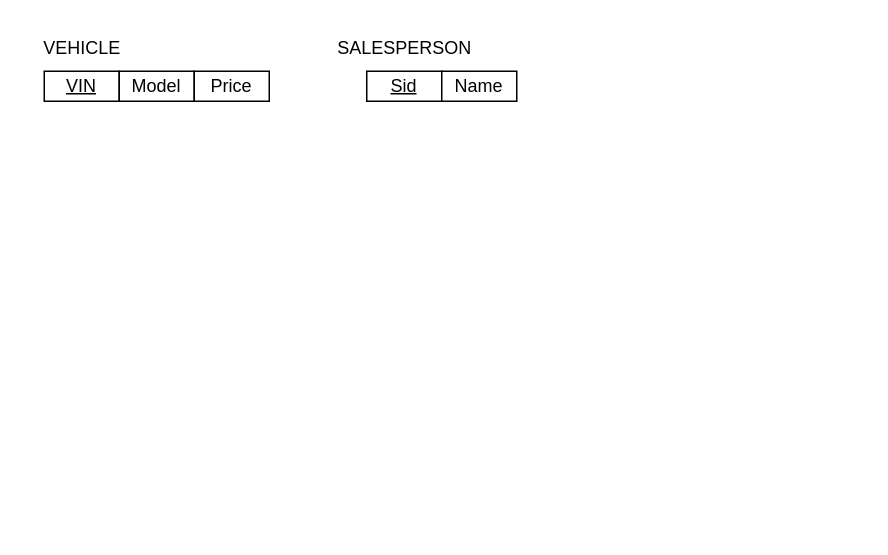
Before: assignment3/Question2.drawio in shivamdesai04/ENSF300, a draw.io diagram. Source tidied: cells renumbered, new cells numbered last; positions are measured from the earlier drawing's top-left corner, leaving out a move shared by most shapes. Both pictures are drawn from the tidied source at 150%, with x=0, y=0 at pixel (28, 26).
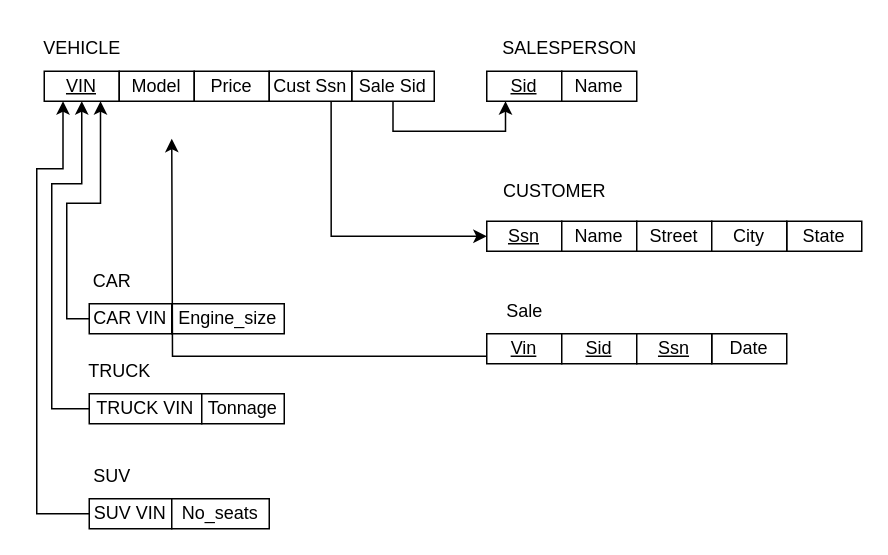
The same page after the edit.

The change refers to these unchanged cells:
```xml
<mxCell id="3" value="&lt;u&gt;VIN&lt;/u&gt;" style="whiteSpace=wrap;html=1;" parent="1" vertex="1">
  <mxGeometry x="10" y="30" width="50" height="20" as="geometry" />
</mxCell>
```

What changed in the source:
```diff
@@
     <mxCell id="6" value="&lt;u&gt;Sid&lt;/u&gt;" style="whiteSpace=wrap;html=1;" parent="1" vertex="1">
-      <mxGeometry x="225" y="30" width="50" height="20" as="geometry" />
+      <mxGeometry x="305" y="30" width="50" height="20" as="geometry" />
     </mxCell>
     <mxCell id="7" value="SALESPERSON" style="text;html=1;align=center;verticalAlign=middle;strokeColor=none;fillColor=none;" parent="1" vertex="1">
-      <mxGeometry x="195" width="110" height="30" as="geometry" />
+      <mxGeometry x="305" width="110" height="30" as="geometry" />
     </mxCell>
     <mxCell id="8" value="Name" style="whiteSpace=wrap;html=1;" parent="1" vertex="1">
-      <mxGeometry x="275" y="30" width="50" height="20" as="geometry" />
+      <mxGeometry x="355" y="30" width="50" height="20" as="geometry" />
     </mxCell>
+    <mxCell id="9" style="edgeStyle=orthogonalEdgeStyle;rounded=0;jettySize=auto;html=1;exitX=0.5;exitY=1;exitDx=0;exitDy=0;entryX=0.25;entryY=1;entryDx=0;entryDy=0;" parent="1" edge="1" source="10" target="6">
+      <mxGeometry relative="1" as="geometry" />
+    </mxCell>
+    <mxCell id="10" value="Sale Sid" style="whiteSpace=wrap;html=1;" parent="1" vertex="1">
+      <mxGeometry x="215" y="30" width="55" height="20" as="geometry" />
+    </mxCell>
+    <mxCell id="11" value="CAR" style="text;html=1;align=center;verticalAlign=middle;strokeColor=none;fillColor=none;" parent="1" vertex="1">
+      <mxGeometry x="30" y="155" width="50" height="30" as="geometry" />
+    </mxCell>
+    <mxCell id="12" value="TRUCK" style="text;html=1;align=center;verticalAlign=middle;strokeColor=none;fillColor=none;" parent="1" vertex="1">
+      <mxGeometry x="30" y="215" width="60" height="30" as="geometry" />
+    </mxCell>
+    <mxCell id="13" style="edgeStyle=orthogonalEdgeStyle;rounded=0;jettySize=auto;html=1;exitX=0;exitY=0.5;exitDx=0;exitDy=0;entryX=0.75;entryY=1;entryDx=0;entryDy=0;" parent="1" edge="1" source="14" target="3">
+      <mxGeometry relative="1" as="geometry">
+        <Array as="points">
+          <mxPoint x="25" y="195" />
+          <mxPoint x="25" y="118" />
+          <mxPoint x="48" y="118" />
+        </Array>
+      </mxGeometry>
+    </mxCell>
+    <mxCell id="14" value="CAR VIN" style="whiteSpace=wrap;html=1;" parent="1" vertex="1">
+      <mxGeometry x="40" y="185" width="55" height="20" as="geometry" />
+    </mxCell>
+    <mxCell id="15" value="Engine_size" style="whiteSpace=wrap;html=1;" parent="1" vertex="1">
+      <mxGeometry x="95" y="185" width="75" height="20" as="geometry" />
+    </mxCell>
+    <mxCell id="16" style="edgeStyle=orthogonalEdgeStyle;rounded=0;jettySize=auto;html=1;exitX=0;exitY=0.5;exitDx=0;exitDy=0;entryX=0.5;entryY=1;entryDx=0;entryDy=0;" parent="1" edge="1" source="17" target="3">
+      <mxGeometry relative="1" as="geometry">
+        <Array as="points">
+          <mxPoint x="15" y="255" />
+          <mxPoint x="15" y="105" />
+          <mxPoint x="35" y="105" />
+        </Array>
+      </mxGeometry>
+    </mxCell>
+    <mxCell id="17" value="TRUCK VIN" style="whiteSpace=wrap;html=1;" parent="1" vertex="1">
+      <mxGeometry x="40" y="245" width="75" height="20" as="geometry" />
+    </mxCell>
+    <mxCell id="18" value="Tonnage" style="whiteSpace=wrap;html=1;" parent="1" vertex="1">
+      <mxGeometry x="115" y="245" width="55" height="20" as="geometry" />
+    </mxCell>
+    <mxCell id="19" style="edgeStyle=orthogonalEdgeStyle;rounded=0;jettySize=auto;html=1;exitX=0;exitY=0.5;exitDx=0;exitDy=0;entryX=0.25;entryY=1;entryDx=0;entryDy=0;" parent="1" edge="1" source="20" target="3">
+      <mxGeometry relative="1" as="geometry">
+        <Array as="points">
+          <mxPoint x="5" y="325" />
+          <mxPoint x="5" y="95" />
+          <mxPoint x="22" y="95" />
+        </Array>
+      </mxGeometry>
+    </mxCell>
+    <mxCell id="20" value="SUV VIN" style="whiteSpace=wrap;html=1;" parent="1" vertex="1">
+      <mxGeometry x="40" y="315" width="55" height="20" as="geometry" />
+    </mxCell>
+    <mxCell id="21" value="No_seats" style="whiteSpace=wrap;html=1;" parent="1" vertex="1">
+      <mxGeometry x="95" y="315" width="65" height="20" as="geometry" />
+    </mxCell>
+    <mxCell id="22" value="SUV" style="text;html=1;align=center;verticalAlign=middle;strokeColor=none;fillColor=none;" parent="1" vertex="1">
+      <mxGeometry x="30" y="285" width="50" height="30" as="geometry" />
+    </mxCell>
+    <mxCell id="23" value="Date" style="whiteSpace=wrap;html=1;" parent="1" vertex="1">
+      <mxGeometry x="455" y="205" width="50" height="20" as="geometry" />
+    </mxCell>
+    <mxCell id="24" value="CUSTOMER" style="text;html=1;align=center;verticalAlign=middle;strokeColor=none;fillColor=none;" parent="1" vertex="1">
+      <mxGeometry x="305" y="95" width="90" height="30" as="geometry" />
+    </mxCell>
+    <mxCell id="25" value="&lt;u&gt;Ssn&lt;/u&gt;" style="whiteSpace=wrap;html=1;" parent="1" vertex="1">
+      <mxGeometry x="305" y="130" width="50" height="20" as="geometry" />
+    </mxCell>
+    <mxCell id="26" value="Name" style="whiteSpace=wrap;html=1;" parent="1" vertex="1">
+      <mxGeometry x="355" y="130" width="50" height="20" as="geometry" />
+    </mxCell>
+    <mxCell id="27" value="State" style="whiteSpace=wrap;html=1;" parent="1" vertex="1">
+      <mxGeometry x="505" y="130" width="50" height="20" as="geometry" />
+    </mxCell>
+    <mxCell id="28" value="Street" style="whiteSpace=wrap;html=1;" parent="1" vertex="1">
+      <mxGeometry x="405" y="130" width="50" height="20" as="geometry" />
+    </mxCell>
+    <mxCell id="29" value="City" style="whiteSpace=wrap;html=1;" parent="1" vertex="1">
+      <mxGeometry x="455" y="130" width="50" height="20" as="geometry" />
+    </mxCell>
+    <mxCell id="30" value="Sale" style="text;html=1;align=center;verticalAlign=middle;strokeColor=none;fillColor=none;" parent="1" vertex="1">
+      <mxGeometry x="305" y="175" width="50" height="30" as="geometry" />
+    </mxCell>
+    <mxCell id="31" style="edgeStyle=orthogonalEdgeStyle;rounded=0;jettySize=auto;html=1;exitX=0;exitY=0.75;exitDx=0;exitDy=0;" parent="1" edge="1" source="32">
+      <mxGeometry relative="1" as="geometry">
+        <mxPoint x="95" y="75" as="targetPoint" />
+      </mxGeometry>
+    </mxCell>
+    <mxCell id="32" value="&lt;u&gt;Vin&lt;/u&gt;" style="whiteSpace=wrap;html=1;" parent="1" vertex="1">
+      <mxGeometry x="305" y="205" width="50" height="20" as="geometry" />
+    </mxCell>
+    <mxCell id="33" value="&lt;u&gt;Sid&lt;/u&gt;" style="whiteSpace=wrap;html=1;" parent="1" vertex="1">
+      <mxGeometry x="355" y="205" width="50" height="20" as="geometry" />
+    </mxCell>
+    <mxCell id="34" value="&lt;u&gt;Ssn&lt;/u&gt;" style="whiteSpace=wrap;html=1;" parent="1" vertex="1">
+      <mxGeometry x="405" y="205" width="50" height="20" as="geometry" />
+    </mxCell>
+    <mxCell id="35" style="edgeStyle=orthogonalEdgeStyle;rounded=0;jettySize=auto;html=1;exitX=0.75;exitY=1;exitDx=0;exitDy=0;entryX=0;entryY=0.5;entryDx=0;entryDy=0;" parent="1" edge="1" source="36" target="25">
+      <mxGeometry relative="1" as="geometry" />
+    </mxCell>
+    <mxCell id="36" value="Cust Ssn" style="whiteSpace=wrap;html=1;" parent="1" vertex="1">
+      <mxGeometry x="160" y="30" width="55" height="20" as="geometry" />
+    </mxCell>
```
